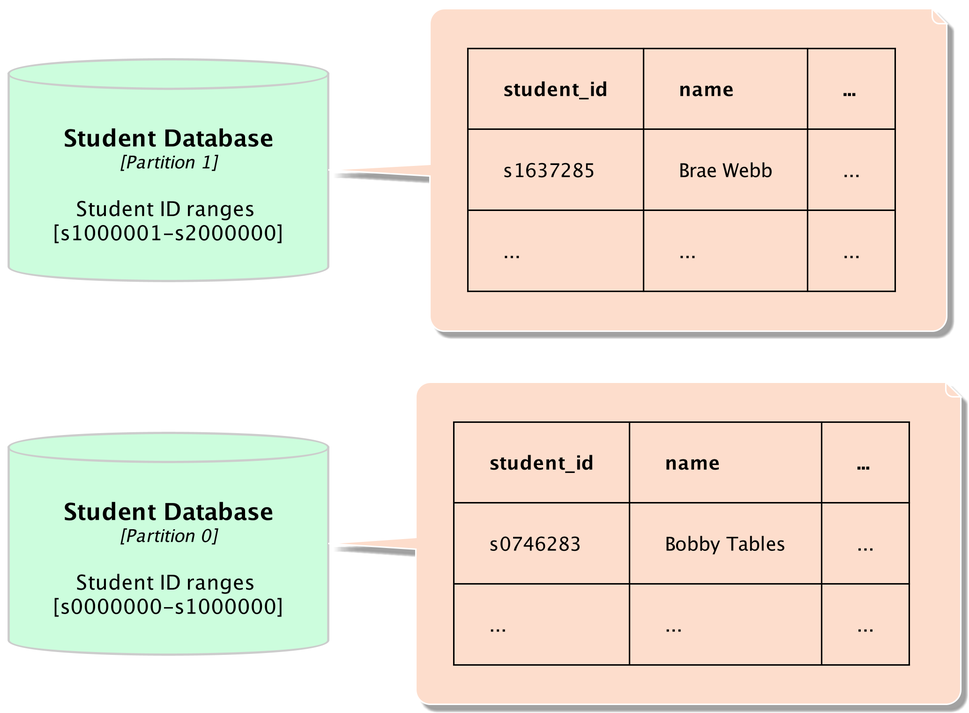
CSSE6400/software-architecture keeps this PlantUML diagram as slides/distributed2/diagrams/PartitioningExample.png. Above is the earlier version.
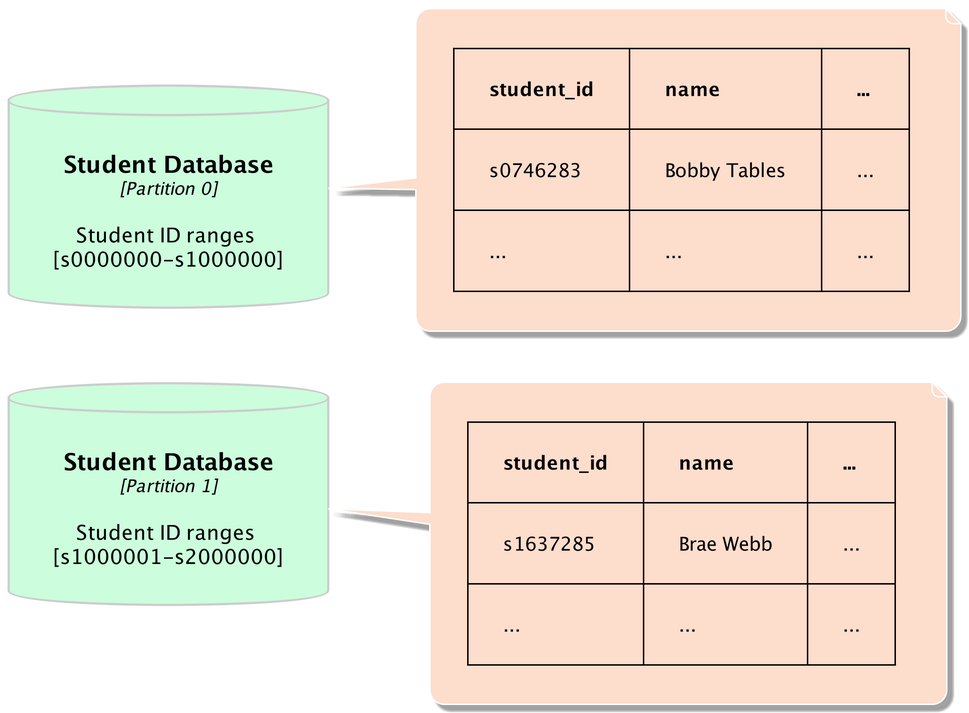
The same diagram one commit later.

Change to the diagram source:
```diff
@@ -48,5 +48,7 @@
   | ... | ... | ... |
 end note
 
+Lay_R(db, db2)
+
 
 @enduml
```
